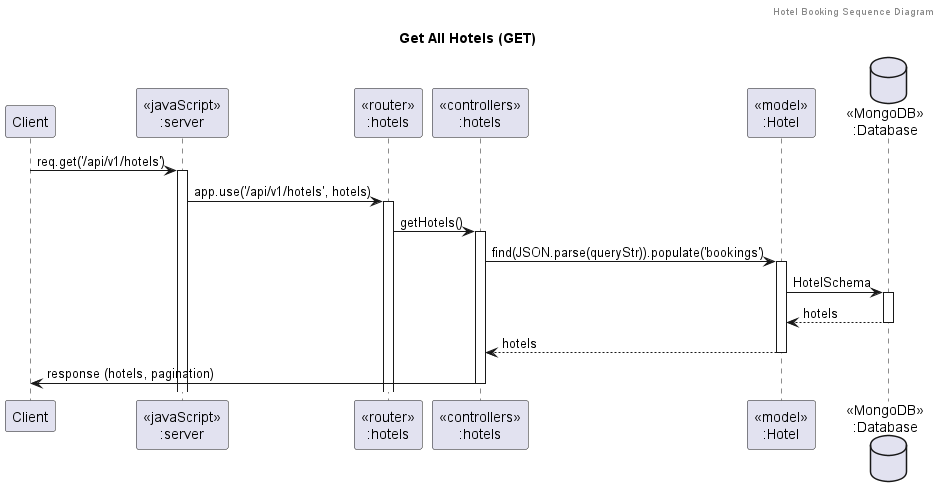
Earlier version of the PlantUML export UMLDocuments/Sequence/Hotel/Hotel (get)/Get All Hotels (GET).png (CaseCrescent/BackEnd-TestProject).
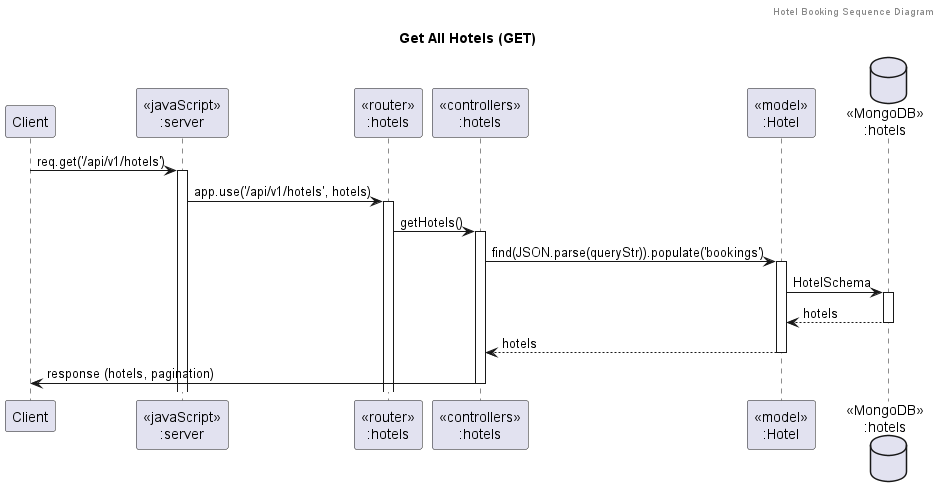
The same diagram one commit later.

Diff of the diagram source:
```diff
@@ -7,7 +7,7 @@
 participant "<<router>>\n:hotels" as routerHotels
 participant "<<controllers>>\n:hotels" as controllersHotels
 participant "<<model>>\n:Hotel" as modelHotel
-database "<<MongoDB>>\n:Database" as Database
+database "<<MongoDB>>\n:hotels" as Database
 
 client->server ++:req.get('/api/v1/hotels')
 server->routerHotels ++:app.use('/api/v1/hotels', hotels)
```
